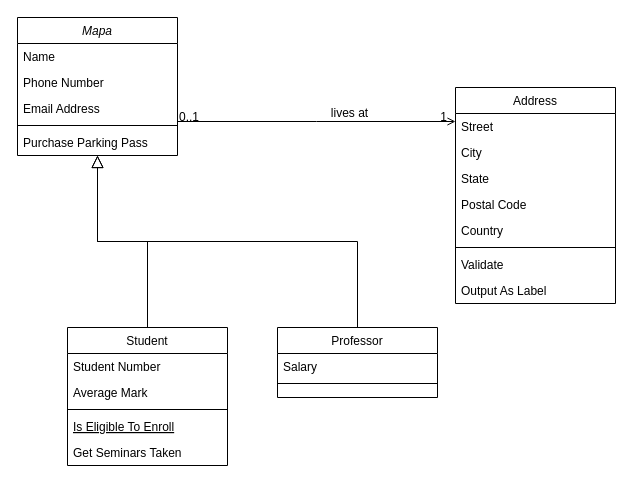
The draw.io diagram Diagrama sem nome.drawio in GabsRMartins/Trabalho-final-PDS2, before the edit. Source tidied: cells renumbered, new cells numbered last; positions are measured from the earlier drawing's top-left corner, leaving out a move shared by most shapes. Both pictures are drawn from the tidied source at 100%, with x=0, y=0 at pixel (17, 17).
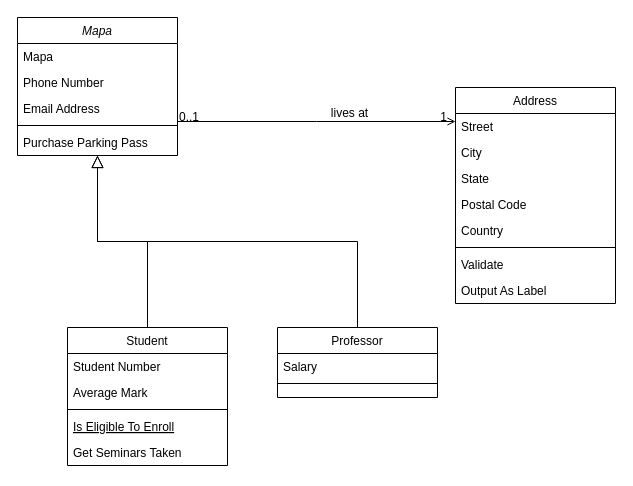
The same diagram, later.

Commit message:
Diagrama salvo

The change refers to these unchanged cells:
```xml
<mxCell id="2" value="Mapa" style="swimlane;fontStyle=2;align=center;verticalAlign=top;horizontal=1;startSize=26;rounded=0;shadow=0;strokeWidth=1;" parent="1" vertex="1">
  <mxGeometry width="160" height="138" as="geometry" />
</mxCell>
```

The edit, as a diff of the source:
```diff
@@
-    <mxCell id="3" value="Name" style="text;align=left;verticalAlign=top;spacingLeft=4;spacingRight=4;overflow=hidden;" parent="2" vertex="1">
+    <mxCell id="3" value="Mapa" style="text;align=left;verticalAlign=top;spacingLeft=4;spacingRight=4;overflow=hidden;" parent="2" vertex="1">
       <mxGeometry y="26" width="160" height="26" as="geometry" />
     </mxCell>
```
